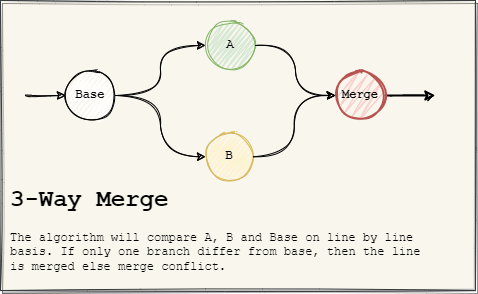
This is Assets/images/git-merge-3-way-concept.png from braboj/tutorial-git, a draw.io export, as it was before one commit. Source tidied: cells renumbered, new cells last; positions are measured from the earlier drawing's top-left corner, leaving out a move shared by most shapes. Source of this version:
```xml
<mxGraphModel>
  <root>
    <mxCell id="0" />
    <mxCell id="1" parent="0" />
    <mxCell id="2" style="rounded=0;whiteSpace=wrap;html=1;sketch=1;fillStyle=solid;fontFamily=Lucida Console;strokeColor=#36393d;fillColor=#f9f7ed;shadow=1;" parent="1" vertex="1">
      <mxGeometry width="475" height="290" as="geometry" />
    </mxCell>
    <mxCell id="3" value="&lt;h1&gt;3-Way Merge&lt;/h1&gt;&lt;p&gt;The algorithm will compare A, B and Base on line by line basis. If only one branch differ from base, then the line is merged else merge conflict.&lt;/p&gt;" style="text;html=1;strokeColor=none;fillColor=none;spacing=5;spacingTop=-20;whiteSpace=wrap;overflow=hidden;rounded=0;shadow=0;fontFamily=Courier New;" parent="1" vertex="1">
      <mxGeometry x="5" y="180" width="440" height="100" as="geometry" />
    </mxCell>
    <mxCell id="4" style="edgeStyle=orthogonalEdgeStyle;rounded=0;jettySize=auto;html=1;sketch=1;curved=1;" parent="1" edge="1" target="5">
      <mxGeometry relative="1" as="geometry">
        <mxPoint x="25" y="95" as="sourcePoint" />
      </mxGeometry>
    </mxCell>
    <mxCell id="5" value="Base" style="ellipse;whiteSpace=wrap;html=1;sketch=1;rounded=0;fillStyle=zigzag;strokeWidth=1;shadow=0;fontFamily=Courier New;fontStyle=1;" parent="1" vertex="1">
      <mxGeometry x="65" y="70" width="50" height="50" as="geometry" />
    </mxCell>
    <mxCell id="6" value="B" style="ellipse;whiteSpace=wrap;html=1;sketch=1;rounded=0;fillStyle=zigzag;fontFamily=Courier New;fontStyle=1;fillColor=#fff2cc;strokeColor=#d6b656;" parent="1" vertex="1">
      <mxGeometry x="205" y="132.5" width="47.5" height="47.5" as="geometry" />
    </mxCell>
    <mxCell id="7" style="edgeStyle=orthogonalEdgeStyle;rounded=0;jettySize=auto;html=1;entryX=0;entryY=0.5;entryDx=0;entryDy=0;sketch=1;curved=1;" parent="1" edge="1" source="5" target="6">
      <mxGeometry relative="1" as="geometry" />
    </mxCell>
    <mxCell id="8" style="edgeStyle=orthogonalEdgeStyle;sketch=1;jettySize=auto;html=1;fontFamily=Lucida Console;fontSize=14;curved=1;entryX=0;entryY=0.5;entryDx=0;entryDy=0;exitX=1;exitY=0.5;exitDx=0;exitDy=0;" parent="1" edge="1" source="6" target="12">
      <mxGeometry relative="1" as="geometry" />
    </mxCell>
    <mxCell id="9" value="A" style="ellipse;whiteSpace=wrap;html=1;sketch=1;rounded=0;fillStyle=zigzag;strokeWidth=1;shadow=0;fontFamily=Courier New;fontStyle=1;fillColor=#d5e8d4;strokeColor=#82b366;" parent="1" vertex="1">
      <mxGeometry x="205" y="20" width="50" height="50" as="geometry" />
    </mxCell>
    <mxCell id="10" style="edgeStyle=orthogonalEdgeStyle;curved=1;sketch=1;jettySize=auto;html=1;fontFamily=Lucida Console;fontSize=14;" parent="1" edge="1" source="5" target="9">
      <mxGeometry relative="1" as="geometry" />
    </mxCell>
    <mxCell id="11" style="edgeStyle=orthogonalEdgeStyle;rounded=0;jettySize=auto;html=1;fontFamily=Lucida Console;sketch=1;shadow=0;strokeWidth=2;" parent="1" edge="1" source="12">
      <mxGeometry relative="1" as="geometry">
        <mxPoint x="435" y="95" as="targetPoint" />
      </mxGeometry>
    </mxCell>
    <mxCell id="12" value="Merge" style="ellipse;whiteSpace=wrap;html=1;sketch=1;rounded=0;fillStyle=zigzag;strokeWidth=2;shadow=0;fontFamily=Courier New;fontStyle=1;strokeColor=#b85450;fillColor=#f8cecc;" parent="1" vertex="1">
      <mxGeometry x="335" y="70" width="50" height="50" as="geometry" />
    </mxCell>
    <mxCell id="13" style="edgeStyle=orthogonalEdgeStyle;curved=1;sketch=1;jettySize=auto;html=1;fontFamily=Lucida Console;fontSize=14;" parent="1" edge="1" source="9" target="12">
      <mxGeometry relative="1" as="geometry" />
    </mxCell>
  </root>
</mxGraphModel>
```
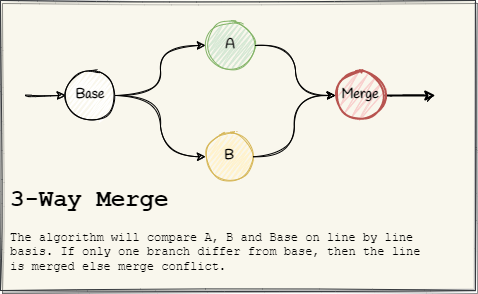
Later version of the same file.

Change to the diagram source:
```diff
@@ -13,10 +13,10 @@
         <mxPoint x="25" y="95" as="sourcePoint" />
       </mxGeometry>
     </mxCell>
-    <mxCell id="5" value="Base" style="ellipse;whiteSpace=wrap;html=1;sketch=1;rounded=0;fillStyle=zigzag;strokeWidth=1;shadow=0;fontFamily=Courier New;fontStyle=1;" parent="1" vertex="1">
+    <mxCell id="5" value="Base" style="ellipse;whiteSpace=wrap;html=1;sketch=1;rounded=0;fillStyle=zigzag;strokeWidth=1;shadow=0;fontFamily=Handlee;fontStyle=1;fontSource=https%3A%2F%2Ffonts.googleapis.com%2Fcss%3Ffamily%3DHandlee;fontSize=14;" parent="1" vertex="1">
       <mxGeometry x="65" y="70" width="50" height="50" as="geometry" />
     </mxCell>
-    <mxCell id="6" value="B" style="ellipse;whiteSpace=wrap;html=1;sketch=1;rounded=0;fillStyle=zigzag;fontFamily=Courier New;fontStyle=1;fillColor=#fff2cc;strokeColor=#d6b656;" parent="1" vertex="1">
+    <mxCell id="6" value="B" style="ellipse;whiteSpace=wrap;html=1;sketch=1;rounded=0;fillStyle=zigzag;fontFamily=Handlee;fontStyle=1;fillColor=#fff2cc;strokeColor=#d6b656;fontSource=https%3A%2F%2Ffonts.googleapis.com%2Fcss%3Ffamily%3DHandlee;fontSize=14;" parent="1" vertex="1">
       <mxGeometry x="205" y="132.5" width="47.5" height="47.5" as="geometry" />
     </mxCell>
     <mxCell id="7" style="edgeStyle=orthogonalEdgeStyle;rounded=0;jettySize=auto;html=1;entryX=0;entryY=0.5;entryDx=0;entryDy=0;sketch=1;curved=1;" parent="1" edge="1" source="5" target="6">
@@ -25,7 +25,7 @@
     <mxCell id="8" style="edgeStyle=orthogonalEdgeStyle;sketch=1;jettySize=auto;html=1;fontFamily=Lucida Console;fontSize=14;curved=1;entryX=0;entryY=0.5;entryDx=0;entryDy=0;exitX=1;exitY=0.5;exitDx=0;exitDy=0;" parent="1" edge="1" source="6" target="12">
       <mxGeometry relative="1" as="geometry" />
     </mxCell>
-    <mxCell id="9" value="A" style="ellipse;whiteSpace=wrap;html=1;sketch=1;rounded=0;fillStyle=zigzag;strokeWidth=1;shadow=0;fontFamily=Courier New;fontStyle=1;fillColor=#d5e8d4;strokeColor=#82b366;" parent="1" vertex="1">
+    <mxCell id="9" value="A" style="ellipse;whiteSpace=wrap;html=1;sketch=1;rounded=0;fillStyle=zigzag;strokeWidth=1;shadow=0;fontFamily=Handlee;fontStyle=1;fillColor=#d5e8d4;strokeColor=#82b366;fontSource=https%3A%2F%2Ffonts.googleapis.com%2Fcss%3Ffamily%3DHandlee;fontSize=14;" parent="1" vertex="1">
       <mxGeometry x="205" y="20" width="50" height="50" as="geometry" />
     </mxCell>
     <mxCell id="10" style="edgeStyle=orthogonalEdgeStyle;curved=1;sketch=1;jettySize=auto;html=1;fontFamily=Lucida Console;fontSize=14;" parent="1" edge="1" source="5" target="9">
@@ -36,7 +36,7 @@
         <mxPoint x="435" y="95" as="targetPoint" />
       </mxGeometry>
     </mxCell>
-    <mxCell id="12" value="Merge" style="ellipse;whiteSpace=wrap;html=1;sketch=1;rounded=0;fillStyle=zigzag;strokeWidth=2;shadow=0;fontFamily=Courier New;fontStyle=1;strokeColor=#b85450;fillColor=#f8cecc;" parent="1" vertex="1">
+    <mxCell id="12" value="Merge" style="ellipse;whiteSpace=wrap;html=1;sketch=1;rounded=0;fillStyle=zigzag;strokeWidth=2;shadow=0;fontFamily=Handlee;fontStyle=1;strokeColor=#b85450;fillColor=#f8cecc;fontSource=https%3A%2F%2Ffonts.googleapis.com%2Fcss%3Ffamily%3DHandlee;fontSize=14;" parent="1" vertex="1">
       <mxGeometry x="335" y="70" width="50" height="50" as="geometry" />
     </mxCell>
     <mxCell id="13" style="edgeStyle=orthogonalEdgeStyle;curved=1;sketch=1;jettySize=auto;html=1;fontFamily=Lucida Console;fontSize=14;" parent="1" edge="1" source="9" target="12">
```
